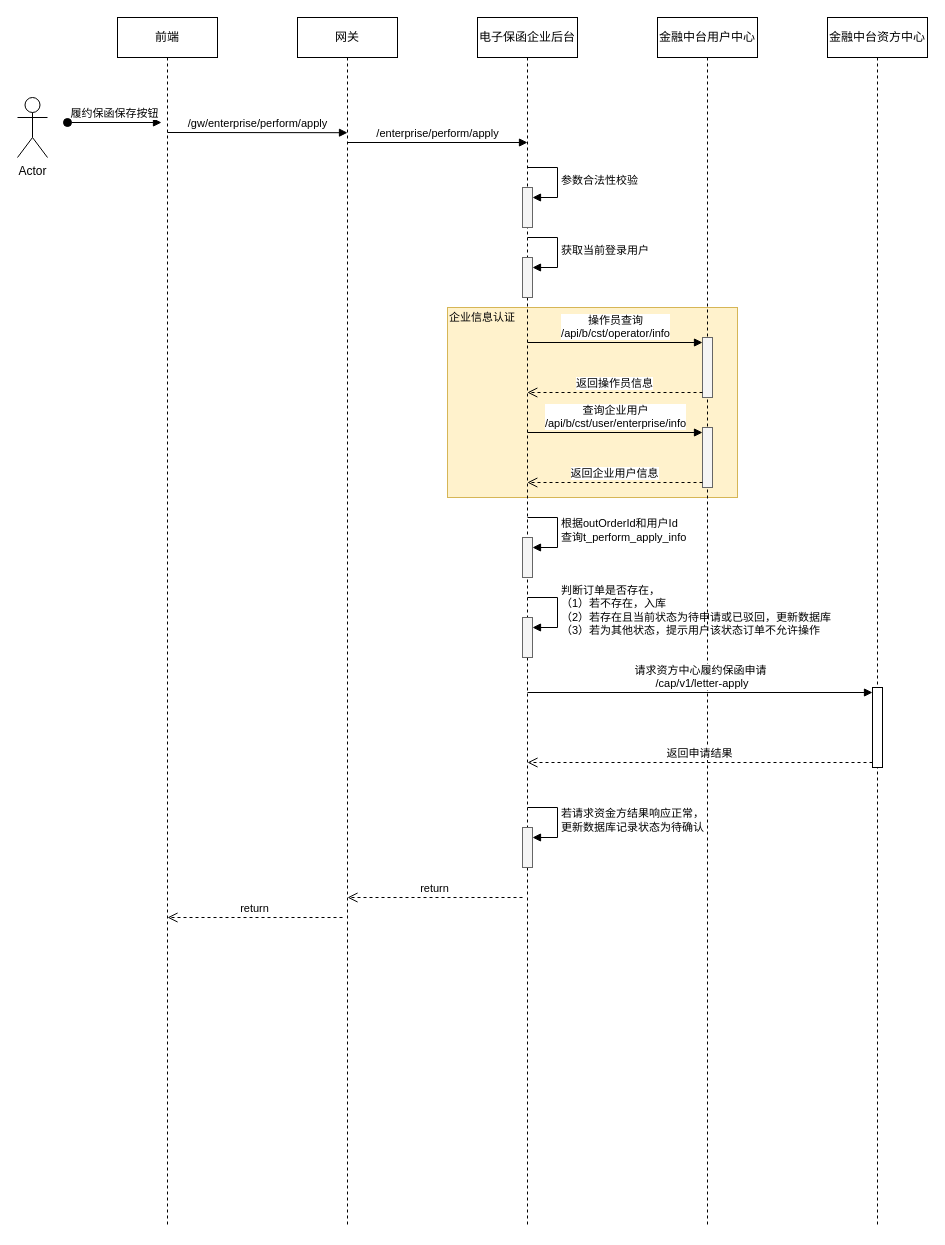
Before: page "保函列表查询" (4 of 7) of UML/履约保函.drawio in hezhuma/image-repo, a draw.io diagram. Source tidied: cells renumbered, new cells numbered last; positions are measured from the earlier drawing's top-left corner, leaving out a move shared by most shapes. Both pictures are drawn from the tidied source at 100%, with x=0, y=0 at pixel (17, 17).
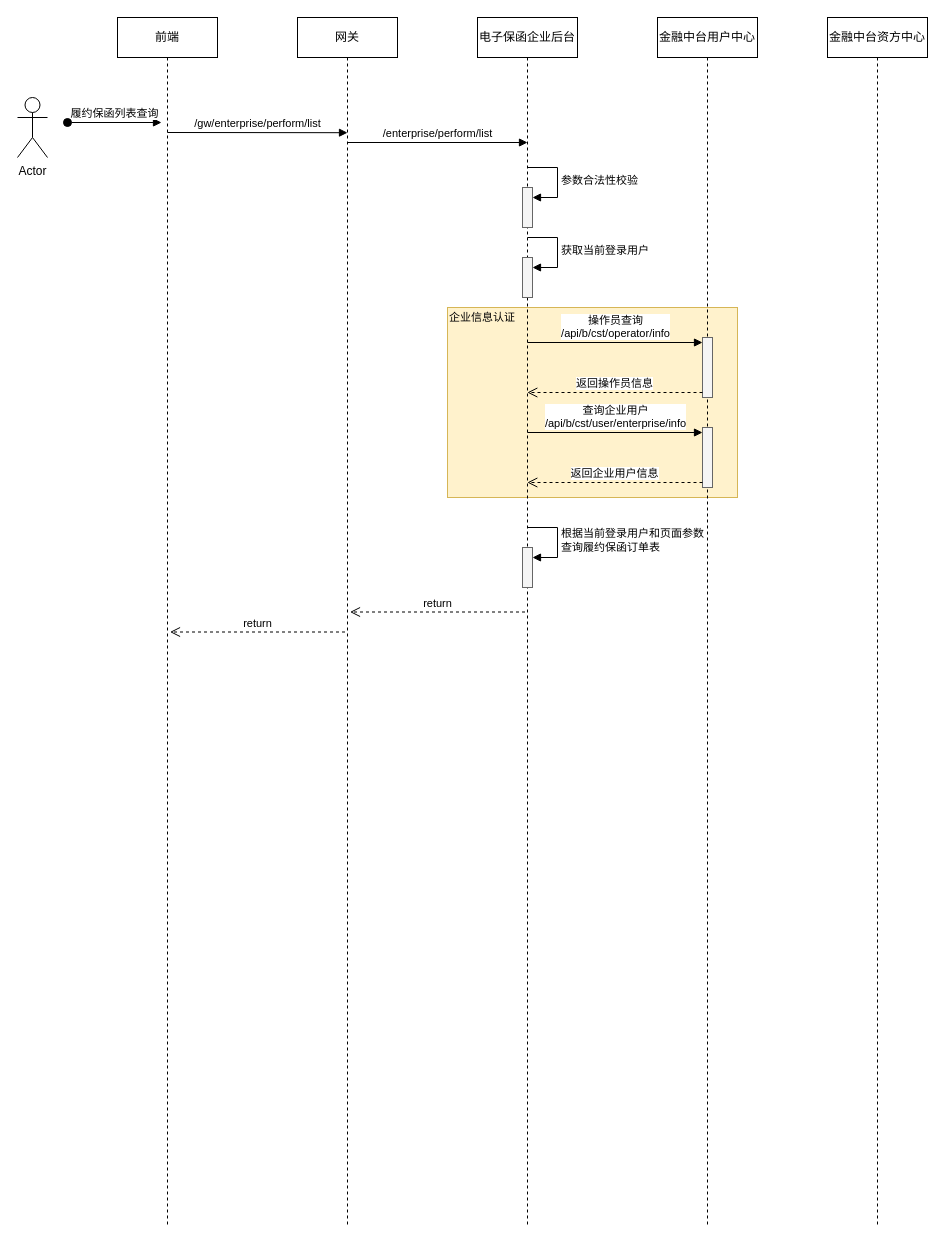
Above is the later version.

The change refers to these unchanged cells:
```xml
<mxCell id="3" value="前端" style="shape=umlLifeline;perimeter=lifelinePerimeter;whiteSpace=wrap;html=1;newEdgeStyle={&quot;curved&quot;:0,&quot;rounded&quot;:0};" parent="1" vertex="1">
  <mxGeometry x="100" width="100" height="1210" as="geometry" />
</mxCell>
<mxCell id="6" value="电子保函企业后台" style="shape=umlLifeline;perimeter=lifelinePerimeter;whiteSpace=wrap;html=1;newEdgeStyle={&quot;curved&quot;:0,&quot;rounded&quot;:0};" parent="1" vertex="1">
  <mxGeometry x="460" width="100" height="1210" as="geometry" />
</mxCell>
<mxCell id="22" value="金融中台资方中心" style="shape=umlLifeline;perimeter=lifelinePerimeter;whiteSpace=wrap;html=1;newEdgeStyle={&quot;curved&quot;:0,&quot;rounded&quot;:0};" parent="1" vertex="1">
  <mxGeometry x="810" width="100" height="1210" as="geometry" />
</mxCell>
```

Change to the diagram source:
```diff
@@
-    <mxCell id="4" value="履约保函保存按钮" style="html=1;verticalAlign=bottom;startArrow=oval;endArrow=block;startSize=8;curved=0;rounded=0;entryX=0;entryY=0;entryDx=0;entryDy=5;" parent="3" edge="1">
+    <mxCell id="4" value="履约保函列表查询" style="html=1;verticalAlign=bottom;startArrow=oval;endArrow=block;startSize=8;curved=0;rounded=0;entryX=0;entryY=0;entryDx=0;entryDy=5;" parent="3" edge="1">
       <mxGeometry relative="1" as="geometry">
         <mxPoint x="-50" y="105" as="sourcePoint" />
         <mxPoint x="44" y="105" as="targetPoint" />
       </mxGeometry>
     </mxCell>
@@
     <mxCell id="11" style="html=1;points=[[0,0,0,0,5],[0,1,0,0,-5],[1,0,0,0,5],[1,1,0,0,-5]];perimeter=orthogonalPerimeter;outlineConnect=0;targetShapes=umlLifeline;portConstraint=eastwest;newEdgeStyle={&quot;curved&quot;:0,&quot;rounded&quot;:0};fillColor=#f5f5f5;fontColor=#333333;strokeColor=#666666;" parent="6" vertex="1">
-      <mxGeometry x="45" y="520" width="10" height="40" as="geometry" />
+      <mxGeometry x="45" y="530" width="10" height="40" as="geometry" />
     </mxCell>
-    <mxCell id="12" value="根据outOrderId和用户Id&lt;br&gt;查询t_perform_apply_info" style="html=1;align=left;spacingLeft=2;endArrow=block;rounded=0;edgeStyle=orthogonalEdgeStyle;curved=0;rounded=0;" parent="6" edge="1" target="11">
+    <mxCell id="12" value="根据当前登录用户和页面参数&lt;br&gt;查询履约保函订单表" style="html=1;align=left;spacingLeft=2;endArrow=block;rounded=0;edgeStyle=orthogonalEdgeStyle;curved=0;rounded=0;" parent="6" edge="1" target="11">
       <mxGeometry relative="1" as="geometry">
-        <mxPoint x="50" y="500" as="sourcePoint" />
+        <mxPoint x="50" y="510" as="sourcePoint" />
         <Array as="points">
-          <mxPoint x="80" y="530" />
+          <mxPoint x="80" y="540" />
         </Array>
       </mxGeometry>
     </mxCell>
-    <mxCell id="13" style="html=1;points=[[0,0,0,0,5],[0,1,0,0,-5],[1,0,0,0,5],[1,1,0,0,-5]];perimeter=orthogonalPerimeter;outlineConnect=0;targetShapes=umlLifeline;portConstraint=eastwest;newEdgeStyle={&quot;curved&quot;:0,&quot;rounded&quot;:0};fillColor=#f5f5f5;fontColor=#333333;strokeColor=#666666;" parent="6" vertex="1">
-      <mxGeometry x="45" y="600" width="10" height="40" as="geometry" />
-    </mxCell>
-    <mxCell id="14" value="判断订单是否存在，&lt;br style=&quot;border-color: var(--border-color);&quot;&gt;（1）若不存在，入库&lt;br style=&quot;border-color: var(--border-color);&quot;&gt;（2）若存在且当前状态为待申请或已驳回，更新数据库&lt;br style=&quot;border-color: var(--border-color);&quot;&gt;（3）若为其他状态，提示用户该状态订单不允许操作" style="html=1;align=left;spacingLeft=2;endArrow=block;rounded=0;edgeStyle=orthogonalEdgeStyle;curved=0;rounded=0;" parent="6" edge="1" target="13">
-      <mxGeometry relative="1" as="geometry">
-        <mxPoint x="50" y="580" as="sourcePoint" />
-        <Array as="points">
-          <mxPoint x="80" y="610" />
-        </Array>
-      </mxGeometry>
-    </mxCell>
-    <mxCell id="15" style="html=1;points=[[0,0,0,0,5],[0,1,0,0,-5],[1,0,0,0,5],[1,1,0,0,-5]];perimeter=orthogonalPerimeter;outlineConnect=0;targetShapes=umlLifeline;portConstraint=eastwest;newEdgeStyle={&quot;curved&quot;:0,&quot;rounded&quot;:0};fillColor=#f5f5f5;fontColor=#333333;strokeColor=#666666;" parent="6" vertex="1">
-      <mxGeometry x="45" y="810" width="10" height="40" as="geometry" />
-    </mxCell>
-    <mxCell id="16" value="若请求资金方结果响应正常，&lt;br&gt;更新数据库记录状态为待确认" style="html=1;align=left;spacingLeft=2;endArrow=block;rounded=0;edgeStyle=orthogonalEdgeStyle;curved=0;rounded=0;" parent="6" edge="1" target="15">
-      <mxGeometry relative="1" as="geometry">
-        <mxPoint x="50" y="790" as="sourcePoint" />
-        <Array as="points">
-          <mxPoint x="80" y="820" />
-        </Array>
-      </mxGeometry>
-    </mxCell>
@@
-    <mxCell id="23" style="html=1;points=[[0,0,0,0,5],[0,1,0,0,-5],[1,0,0,0,5],[1,1,0,0,-5]];perimeter=orthogonalPerimeter;outlineConnect=0;targetShapes=umlLifeline;portConstraint=eastwest;newEdgeStyle={&quot;curved&quot;:0,&quot;rounded&quot;:0};" parent="22" vertex="1">
-      <mxGeometry x="45" y="670" width="10" height="80" as="geometry" />
-    </mxCell>
@@
-    <mxCell id="25" value="/gw/enterprise/perform/apply" style="html=1;verticalAlign=bottom;endArrow=block;curved=0;rounded=0;entryX=0.5;entryY=0.12;entryDx=0;entryDy=0;entryPerimeter=0;" parent="1" edge="1">
+    <mxCell id="25" value="/gw/enterprise/perform/list" style="html=1;verticalAlign=bottom;endArrow=block;curved=0;rounded=0;entryX=0.5;entryY=0.12;entryDx=0;entryDy=0;entryPerimeter=0;" parent="1" edge="1">
       <mxGeometry relative="1" as="geometry">
         <mxPoint x="150" y="115" as="sourcePoint" />
         <mxPoint x="330" y="115.2" as="targetPoint" />
       </mxGeometry>
     </mxCell>
     <mxCell id="26" value="return" style="html=1;verticalAlign=bottom;endArrow=open;dashed=1;endSize=8;curved=0;rounded=0;exitX=0;exitY=1;exitDx=0;exitDy=-5;" parent="1" edge="1">
       <mxGeometry relative="1" as="geometry">
-        <mxPoint x="325" y="900" as="sourcePoint" />
-        <mxPoint x="150" y="900" as="targetPoint" />
+        <mxPoint x="327.5" y="614.5" as="sourcePoint" />
+        <mxPoint x="152.5" y="614.5" as="targetPoint" />
       </mxGeometry>
     </mxCell>
-    <mxCell id="27" value="/enterprise/perform/apply" style="html=1;verticalAlign=bottom;endArrow=block;curved=0;rounded=0;entryX=0.5;entryY=0.12;entryDx=0;entryDy=0;entryPerimeter=0;" parent="1" edge="1">
+    <mxCell id="27" value="/enterprise/perform/list" style="html=1;verticalAlign=bottom;endArrow=block;curved=0;rounded=0;entryX=0.5;entryY=0.12;entryDx=0;entryDy=0;entryPerimeter=0;" parent="1" edge="1">
       <mxGeometry relative="1" as="geometry">
         <mxPoint x="330" y="125" as="sourcePoint" />
         <mxPoint x="510" y="125" as="targetPoint" />
       </mxGeometry>
     </mxCell>
@@
     <mxCell id="31" value="return" style="html=1;verticalAlign=bottom;endArrow=open;dashed=1;endSize=8;curved=0;rounded=0;exitX=0;exitY=1;exitDx=0;exitDy=-5;" parent="1" edge="1">
       <mxGeometry relative="1" as="geometry">
-        <mxPoint x="505" y="880" as="sourcePoint" />
-        <mxPoint x="330" y="880" as="targetPoint" />
+        <mxPoint x="507.5" y="594.5" as="sourcePoint" />
+        <mxPoint x="332.5" y="594.5" as="targetPoint" />
       </mxGeometry>
     </mxCell>
-    <mxCell id="32" value="请求资方中心履约保函申请&lt;br&gt;&amp;nbsp;/cap/v1/letter-apply" style="html=1;verticalAlign=bottom;endArrow=block;curved=0;rounded=0;entryX=0;entryY=0;entryDx=0;entryDy=5;" parent="1" edge="1" target="23">
-      <mxGeometry relative="1" as="geometry">
-        <mxPoint x="510" y="675" as="sourcePoint" />
-      </mxGeometry>
-    </mxCell>
-    <mxCell id="33" value="返回申请结果" style="html=1;verticalAlign=bottom;endArrow=open;dashed=1;endSize=8;curved=0;rounded=0;exitX=0;exitY=1;exitDx=0;exitDy=-5;" parent="1" edge="1" source="23">
-      <mxGeometry relative="1" as="geometry">
-        <mxPoint x="510" y="745" as="targetPoint" />
-      </mxGeometry>
-    </mxCell>
```
